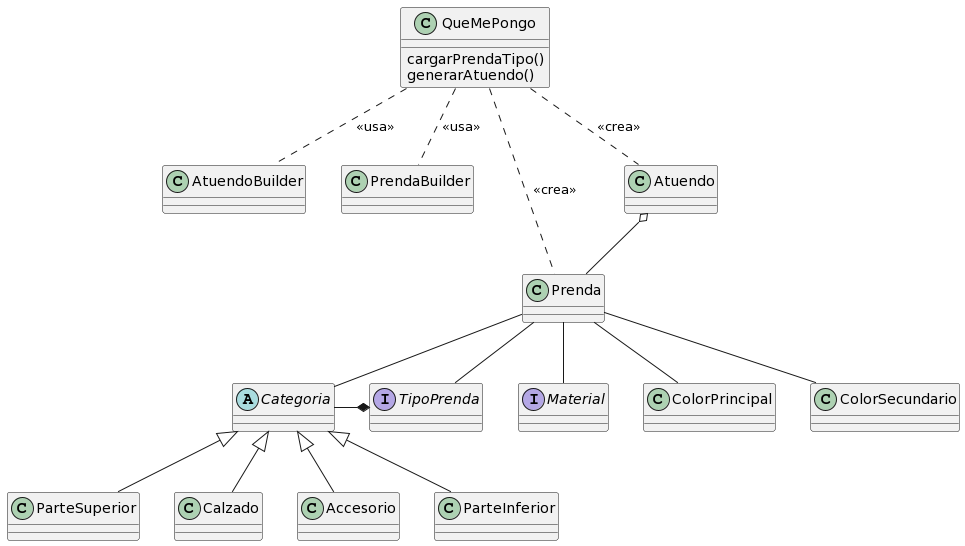
matiastito/DdS-QueMePongo keeps this PlantUML diagram as QueMePongo.png. Above is the earlier version. Its diagram source:
```plantuml
@startuml
abstract Categoria
interface TipoPrenda
interface Material

class AtuendoBuilder

class PrendaBuilder

class QueMePongo {
  cargarPrendaTipo()
  generarAtuendo()
}

QueMePongo .. PrendaBuilder: <<usa>>
QueMePongo .. AtuendoBuilder: <<usa>>

QueMePongo .. Prenda: <<crea>>
QueMePongo .. Atuendo: <<crea>>

Atuendo o-- Prenda

Prenda -- Categoria
Prenda -- TipoPrenda
Prenda -- Material
Prenda -- ColorPrincipal
Prenda -- ColorSecundario

Categoria <|-- ParteSuperior
Categoria <|-- Calzado
Categoria <|-- Accesorio
Categoria <|-- ParteInferior

Categoria -* TipoPrenda
@enduml
```
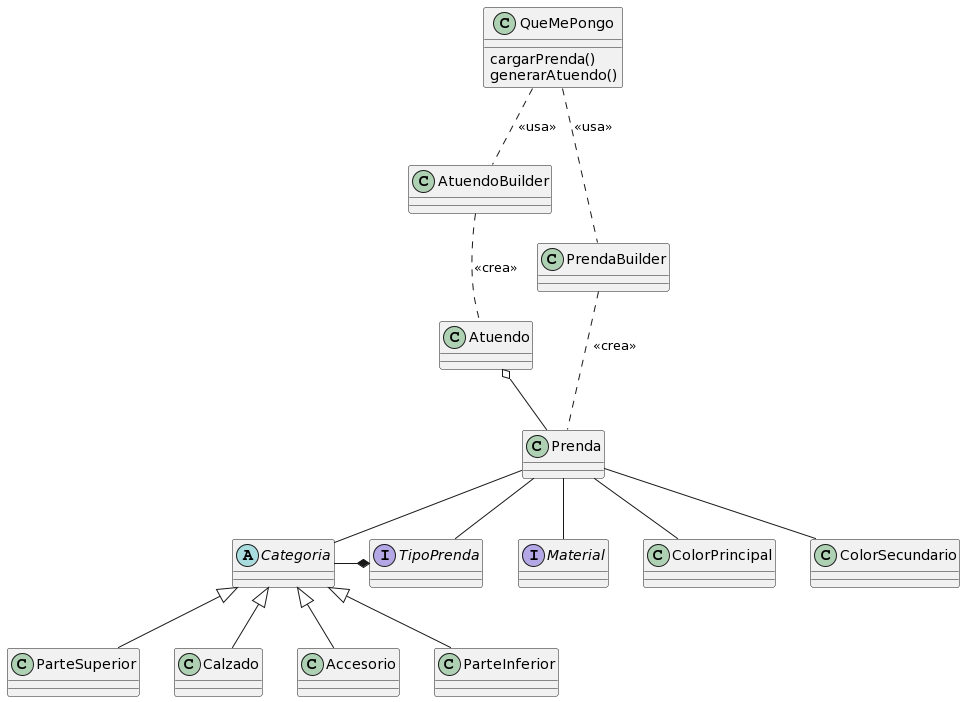
Later version of the same file.

Diff of the diagram source:
```diff
@@ -8,15 +8,15 @@
 class PrendaBuilder
 
 class QueMePongo {
-  cargarPrendaTipo()
+  cargarPrenda()
   generarAtuendo()
 }
 
 QueMePongo .. PrendaBuilder: <<usa>>
 QueMePongo .. AtuendoBuilder: <<usa>>
 
-QueMePongo .. Prenda: <<crea>>
-QueMePongo .. Atuendo: <<crea>>
+PrendaBuilder .. Prenda: <<crea>>
+AtuendoBuilder .. Atuendo: <<crea>>
 
 Atuendo o-- Prenda
 
```
